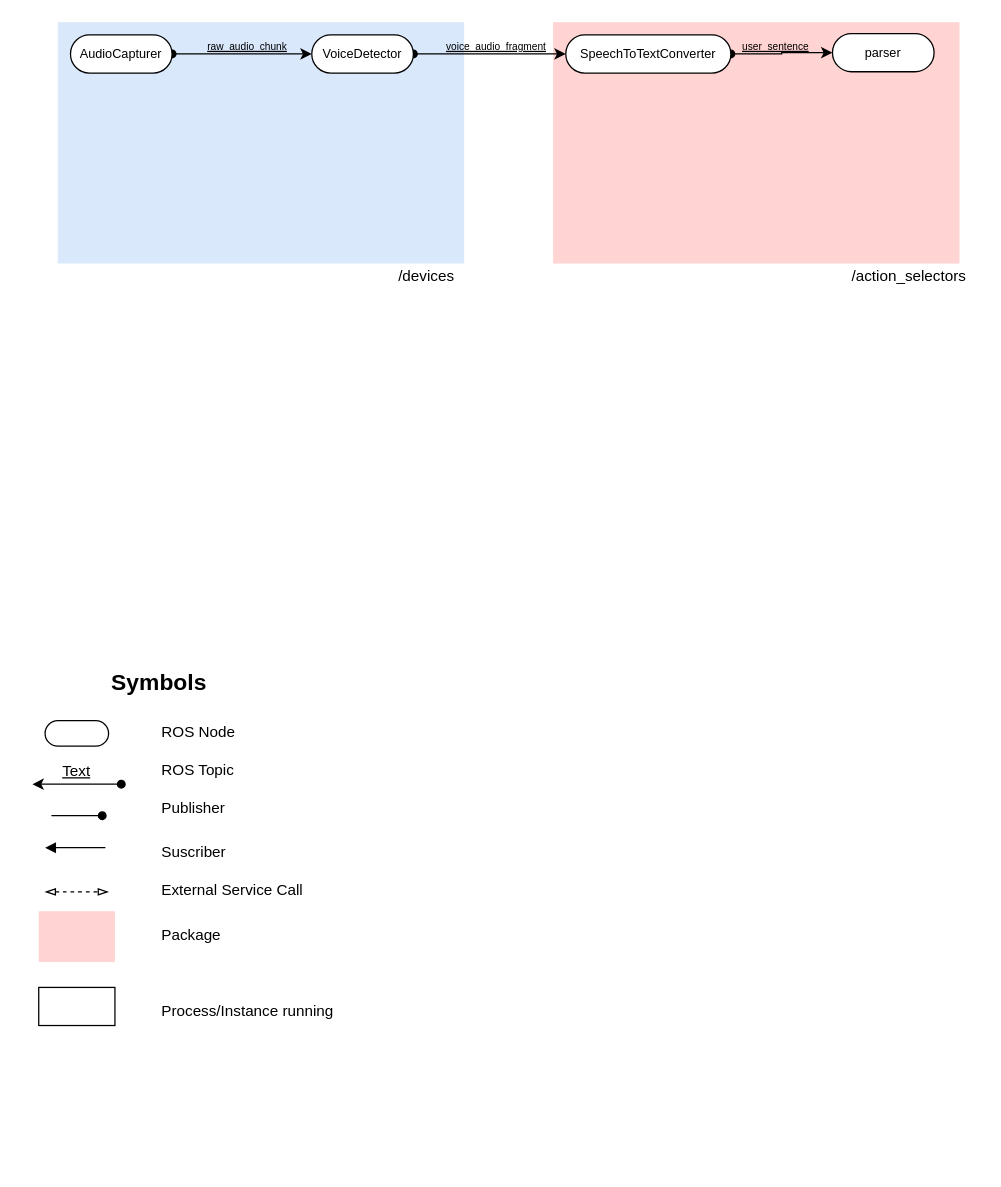
This is Untitled Diagram.drawio from RoBorregos/robocup-home, a draw.io file, before an edit. Source tidied: cells renumbered, new cells numbered last; positions are measured from the earlier drawing's top-left corner, leaving out a move shared by most shapes. Both pictures are drawn from the tidied source at 127%, with x=0, y=0 at pixel (32, 22).
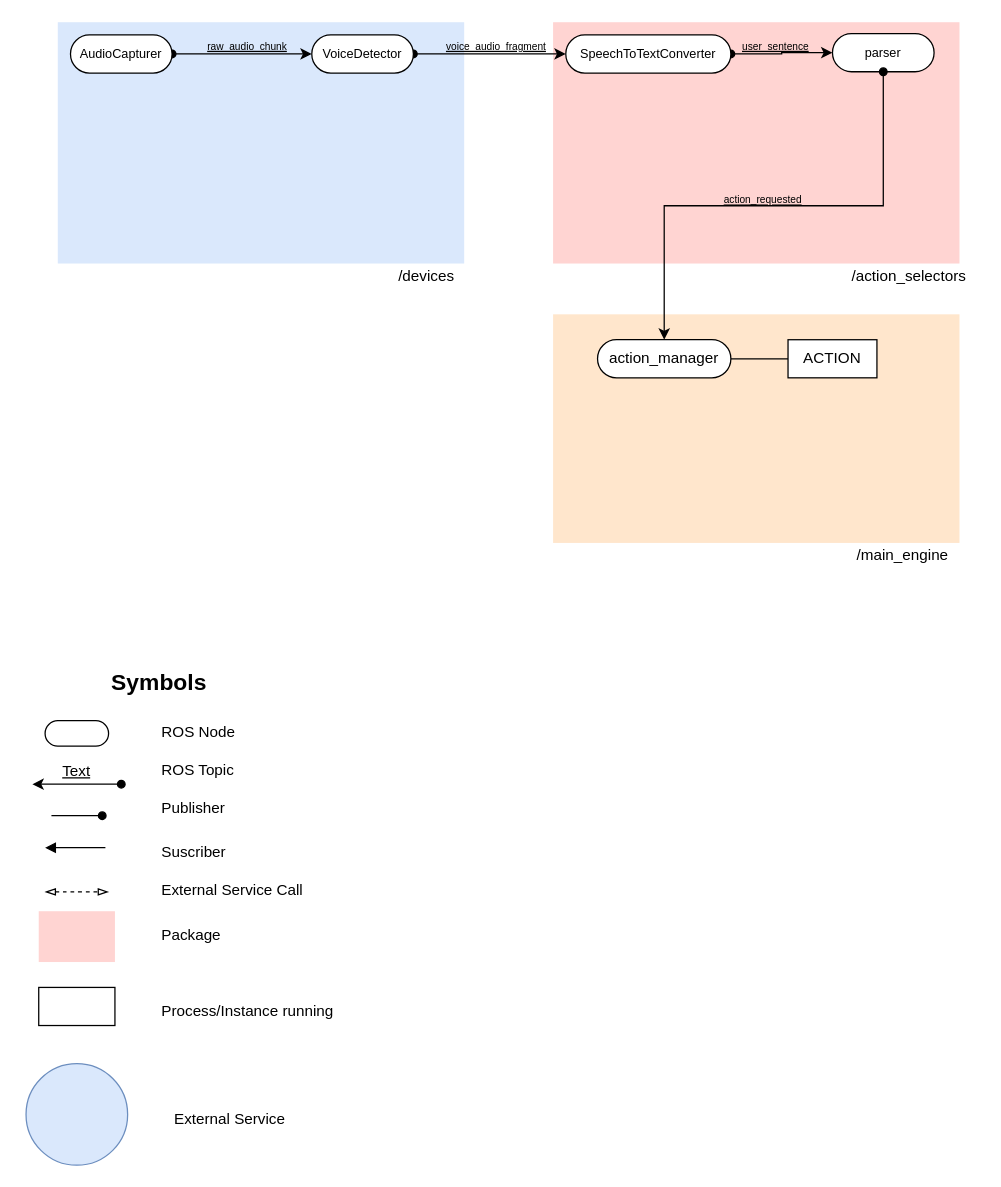
The same diagram, later.

The change refers to these unchanged cells:
```xml
<mxCell id="30" value="&lt;font style=&quot;font-size: 10px&quot;&gt;parser&lt;/font&gt;" style="rounded=1;whiteSpace=wrap;html=1;arcSize=50;" parent="1" vertex="1">
  <mxGeometry x="630" y="9" width="80" height="30" as="geometry" />
</mxCell>
```

Diff of the diagram source:
```diff
@@
+    <mxCell id="32" style="ellipse;whiteSpace=wrap;html=1;fillColor=#dae8fc;strokeColor=#6c8ebf;" parent="1" vertex="1">
+      <mxGeometry x="-5" y="820" width="80" height="80" as="geometry" />
+    </mxCell>
+    <mxCell id="33" value="External Service" style="text;html=1;" parent="1" vertex="1">
+      <mxGeometry x="110" y="850" width="140" height="20" as="geometry" />
+    </mxCell>
+    <mxCell id="34" style="rounded=0;whiteSpace=wrap;html=1;fillColor=#FFE6CC;strokeColor=none;" parent="1" vertex="1">
+      <mxGeometry x="410" y="230" width="320" height="180" as="geometry" />
+    </mxCell>
+    <mxCell id="35" value="/main_engine" style="text;html=1;align=center;verticalAlign=middle;" parent="1" vertex="1">
+      <mxGeometry x="640" y="410" width="90" height="20" as="geometry" />
+    </mxCell>
+    <mxCell id="36" style="edgeStyle=orthogonalEdgeStyle;rounded=0;jettySize=auto;html=1;exitX=1;exitY=0.5;exitDx=0;exitDy=0;entryX=0;entryY=0.5;entryDx=0;entryDy=0;startArrow=none;startFill=0;endArrow=none;endFill=0;" parent="1" edge="1" source="37" target="40">
+      <mxGeometry relative="1" as="geometry" />
+    </mxCell>
+    <mxCell id="37" value="action_manager" style="rounded=1;whiteSpace=wrap;html=1;arcSize=50;" parent="1" vertex="1">
+      <mxGeometry x="445" y="250" width="105" height="30" as="geometry" />
+    </mxCell>
+    <mxCell id="38" value="&lt;u&gt;action_requested&lt;/u&gt;" style="text;html=1;align=center;verticalAlign=middle;fontSize=8;" parent="1" vertex="1">
+      <mxGeometry x="535" y="130" width="80" height="20" as="geometry" />
+    </mxCell>
+    <mxCell id="39" style="edgeStyle=orthogonalEdgeStyle;rounded=0;jettySize=auto;html=1;exitX=0.5;exitY=1;exitDx=0;exitDy=0;entryX=0.5;entryY=0;entryDx=0;entryDy=0;startArrow=oval;startFill=1;" parent="1" edge="1" source="30" target="37">
+      <mxGeometry relative="1" as="geometry" />
+    </mxCell>
+    <mxCell id="40" value="ACTION" style="rounded=0;whiteSpace=wrap;html=1;" parent="1" vertex="1">
+      <mxGeometry x="595" y="250" width="70" height="30" as="geometry" />
+    </mxCell>
```
